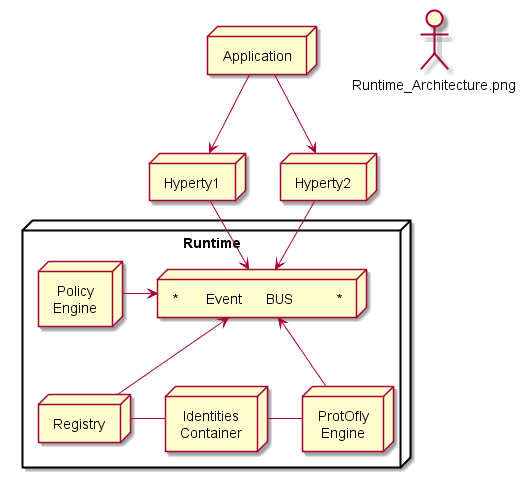
reTHINK-project/core-framework keeps this PlantUML diagram as docs/specs/runtime.png. Above is the earlier version.
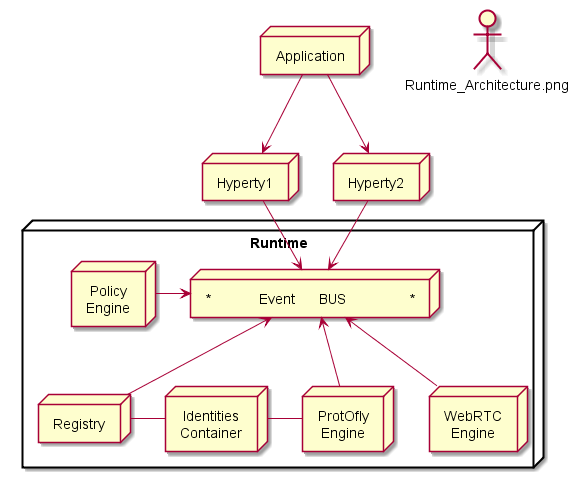
After the change.

Diff of the diagram source:
```diff
@@ -9,13 +9,15 @@
 
 node "Runtime" as rt {
 
- node "*       Event      BUS           *" as Bus
+ node "*            Event      BUS                *" as Bus
 
  node "Policy\nEngine" as PEP
 
  node "Registry" as Reg
 
  node "ProtOfly\nEngine" as Prot
+
+ node "WebRTC\nEngine" as WRTC
 
  node "Identities\nContainer" as Id
 
@@ -33,11 +35,17 @@
 
  Prot -up-> Bus
 
+ WRTC -up-> Bus
+
  Id -[hidden]up-> Bus
 
  Id -right- Prot
 
  Id -left- Reg
+
+
+
+
 	}
 
 @enduml
```
